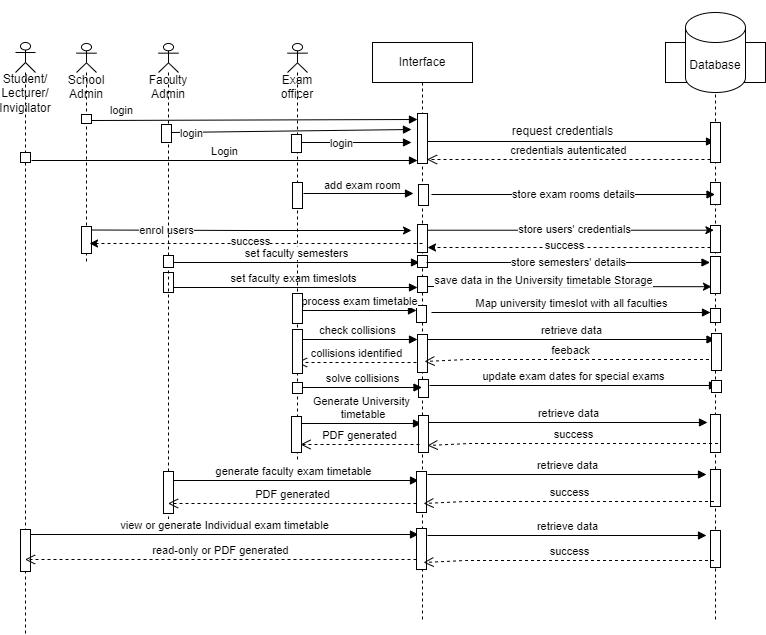
Above: diagrams/sequence.png in Kathembotsong/Strath_Exam_Schedule (draw.io), before the change. Source tidied: cells renumbered, new cells last; positions are measured from the earlier drawing's top-left corner, leaving out a move shared by most shapes.
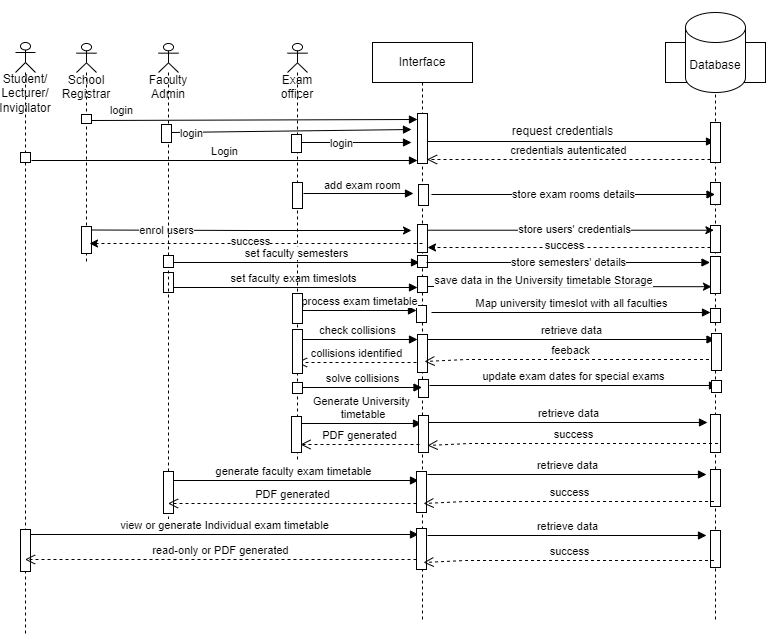
Above is the later version.

The edit, as a diff of the source:
```diff
@@ -2,7 +2,7 @@
   <root>
     <mxCell id="0" />
     <mxCell id="1" parent="0" />
-    <mxCell id="2" value="&lt;br&gt;&lt;br&gt;&lt;br&gt;&lt;br&gt;School Admin" style="shape=umlLifeline;perimeter=lifelinePerimeter;whiteSpace=wrap;html=1;newEdgeStyle={&quot;curved&quot;:0,&quot;rounded&quot;:0};participant=umlActor;size=29;" parent="1" vertex="1">
+    <mxCell id="2" value="&lt;br&gt;&lt;br&gt;&lt;br&gt;&lt;br&gt;School Registrar" style="shape=umlLifeline;perimeter=lifelinePerimeter;whiteSpace=wrap;html=1;newEdgeStyle={&quot;curved&quot;:0,&quot;rounded&quot;:0};participant=umlActor;size=29;" parent="1" vertex="1">
       <mxGeometry x="61" y="31" width="20" height="219" as="geometry" />
     </mxCell>
     <mxCell id="3" style="html=1;perimeter=orthogonalPerimeter;targetShapes=umlLifeline;newEdgeStyle={&quot;curved&quot;:0,&quot;rounded&quot;:0};" parent="2" vertex="1">
```
